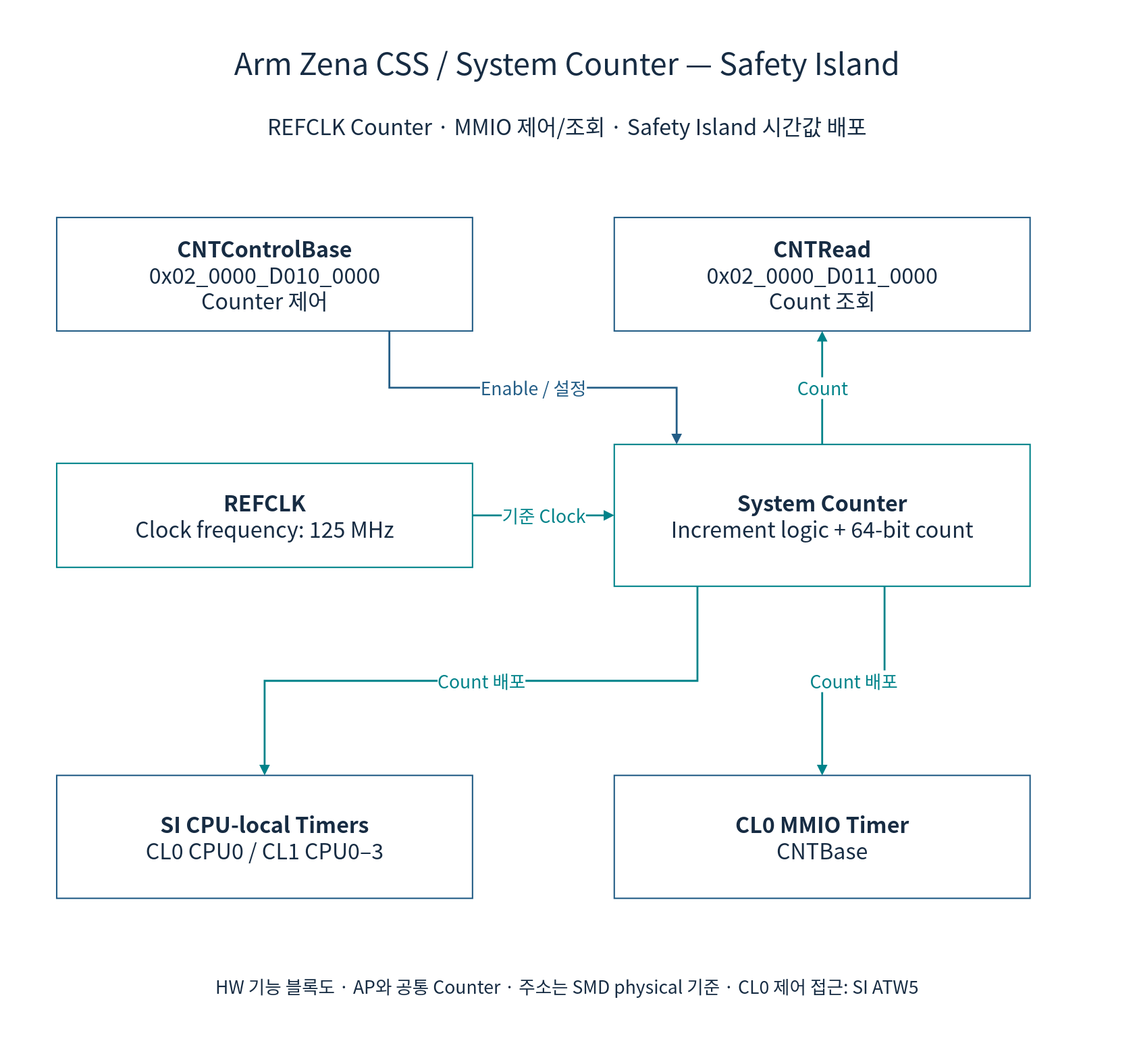
cometzero/project-apollo keeps this draw.io diagram as doc/phase1/timer/diagrams/01si-c-counter.drawio.svg. Above is the earlier version. Source tidied: cells renumbered, new cells last; positions are measured from the earlier drawing's top-left corner, leaving out a move shared by most shapes. Its diagram source:
```xml
<mxGraphModel background="#FFFFFF">
  <root>
    <mxCell id="0" />
    <mxCell id="1" parent="0" />
    <mxCell id="2" style="rounded=0;whiteSpace=wrap;html=1;fillColor=#FFFFFF;strokeColor=none;fontColor=#172C43;fontFamily=Noto Sans CJK KR;fontSize=23;spacing=12;strokeWidth=1.5;" parent="1" vertex="1">
      <mxGeometry width="1200" height="1120" as="geometry" />
    </mxCell>
    <mxCell id="3" value="Arm Zena CSS / System Counter — Safety Island" style="rounded=0;whiteSpace=wrap;html=1;fillColor=#FFFFFF;strokeColor=none;fontColor=#172C43;fontFamily=Noto Sans CJK KR;fontSize=23;spacing=12;strokeWidth=1.5;fontSize=32;" parent="1" vertex="1">
      <mxGeometry x="50" y="35" width="1100" height="60" as="geometry" />
    </mxCell>
    <mxCell id="4" value="REFCLK Counter · MMIO 제어/조회 · Safety Island 시간값 배포" style="rounded=0;whiteSpace=wrap;html=1;fillColor=#FFFFFF;strokeColor=none;fontColor=#172C43;fontFamily=Noto Sans CJK KR;fontSize=23;spacing=12;strokeWidth=1.5;" parent="1" vertex="1">
      <mxGeometry x="50" y="110" width="1100" height="45" as="geometry" />
    </mxCell>
    <mxCell id="5" value="&lt;b&gt;CNTControlBase&lt;/b&gt;&lt;br&gt;0x02_0000_D010_0000&lt;br&gt;Counter 제어" style="rounded=0;whiteSpace=wrap;html=1;fillColor=#FFFFFF;strokeColor=#235D86;fontColor=#172C43;fontFamily=Noto Sans CJK KR;fontSize=23;spacing=12;strokeWidth=1.5;" parent="1" vertex="1">
      <mxGeometry x="60" y="230" width="440" height="120" as="geometry" />
    </mxCell>
    <mxCell id="6" value="&lt;b&gt;CNTRead&lt;/b&gt;&lt;br&gt;0x02_0000_D011_0000&lt;br&gt;Count 조회" style="rounded=0;whiteSpace=wrap;html=1;fillColor=#FFFFFF;strokeColor=#235D86;fontColor=#172C43;fontFamily=Noto Sans CJK KR;fontSize=23;spacing=12;strokeWidth=1.5;" parent="1" vertex="1">
      <mxGeometry x="650" y="230" width="440" height="120" as="geometry" />
    </mxCell>
    <mxCell id="7" value="&lt;b&gt;REFCLK&lt;/b&gt;&lt;br&gt;Clock frequency: 125 MHz" style="rounded=0;whiteSpace=wrap;html=1;fillColor=#FFFFFF;strokeColor=#00838A;fontColor=#172C43;fontFamily=Noto Sans CJK KR;fontSize=23;spacing=12;strokeWidth=1.5;" parent="1" vertex="1">
      <mxGeometry x="60" y="490" width="440" height="110" as="geometry" />
    </mxCell>
    <mxCell id="8" value="&lt;b&gt;System Counter&lt;/b&gt;&lt;br&gt;Increment logic + 64-bit count" style="rounded=0;whiteSpace=wrap;html=1;fillColor=#FFFFFF;strokeColor=#00838A;fontColor=#172C43;fontFamily=Noto Sans CJK KR;fontSize=23;spacing=12;strokeWidth=1.5;" parent="1" vertex="1">
      <mxGeometry x="650" y="470" width="440" height="150" as="geometry" />
    </mxCell>
    <mxCell id="9" value="&lt;b&gt;SI CPU-local Timers&lt;/b&gt;&lt;br&gt;CL0 CPU0 / CL1 CPU0–3" style="rounded=0;whiteSpace=wrap;html=1;fillColor=#FFFFFF;strokeColor=#235D86;fontColor=#172C43;fontFamily=Noto Sans CJK KR;fontSize=23;spacing=12;strokeWidth=1.5;" parent="1" vertex="1">
      <mxGeometry x="60" y="820" width="440" height="130" as="geometry" />
    </mxCell>
    <mxCell id="10" value="&lt;b&gt;CL0 MMIO Timer&lt;/b&gt;&lt;br&gt;CNTBase" style="rounded=0;whiteSpace=wrap;html=1;fillColor=#FFFFFF;strokeColor=#235D86;fontColor=#172C43;fontFamily=Noto Sans CJK KR;fontSize=23;spacing=12;strokeWidth=1.5;" parent="1" vertex="1">
      <mxGeometry x="650" y="820" width="440" height="130" as="geometry" />
    </mxCell>
    <mxCell id="11" value="Enable / 설정" style="edgeStyle=orthogonalEdgeStyle;rounded=0;html=1;endArrow=block;endFill=1;strokeWidth=2;strokeColor=#235D86;fontColor=#235D86;fontFamily=Noto Sans CJK KR;fontSize=19;labelBackgroundColor=#FFFFFF;exitX=0.8;exitY=1;entryX=0.15;entryY=0;" parent="1" edge="1" source="5" target="8">
      <mxGeometry relative="1" as="geometry" />
    </mxCell>
    <mxCell id="12" value="Count" style="edgeStyle=orthogonalEdgeStyle;rounded=0;html=1;endArrow=block;endFill=1;strokeWidth=2;strokeColor=#00838A;fontColor=#00838A;fontFamily=Noto Sans CJK KR;fontSize=19;labelBackgroundColor=#FFFFFF;exitX=0.5;exitY=0;entryX=0.5;entryY=1;" parent="1" edge="1" source="8" target="6">
      <mxGeometry relative="1" as="geometry" />
    </mxCell>
    <mxCell id="13" value="기준 Clock" style="edgeStyle=orthogonalEdgeStyle;rounded=0;html=1;endArrow=block;endFill=1;strokeWidth=2;strokeColor=#00838A;fontColor=#00838A;fontFamily=Noto Sans CJK KR;fontSize=19;labelBackgroundColor=#FFFFFF;exitX=1;exitY=0.5;entryX=0;entryY=0.5;" parent="1" edge="1" source="7" target="8">
      <mxGeometry relative="1" as="geometry" />
    </mxCell>
    <mxCell id="14" value="Count 배포" style="edgeStyle=orthogonalEdgeStyle;rounded=0;html=1;endArrow=block;endFill=1;strokeWidth=2;strokeColor=#00838A;fontColor=#00838A;fontFamily=Noto Sans CJK KR;fontSize=19;labelBackgroundColor=#FFFFFF;exitX=0.2;exitY=1;entryX=0.5;entryY=0;" parent="1" edge="1" source="8" target="9">
      <mxGeometry relative="1" as="geometry" />
    </mxCell>
    <mxCell id="15" value="Count 배포" style="edgeStyle=orthogonalEdgeStyle;rounded=0;html=1;endArrow=block;endFill=1;strokeWidth=2;strokeColor=#00838A;fontColor=#00838A;fontFamily=Noto Sans CJK KR;fontSize=19;labelBackgroundColor=#FFFFFF;exitX=0.65;exitY=1;entryX=0.5;entryY=0;" parent="1" edge="1" source="8" target="10">
      <mxGeometry relative="1" as="geometry" />
    </mxCell>
    <mxCell id="16" value="HW 기능 블록도 · AP와 공통 Counter · 주소는 SMD physical 기준 · CL0 제어 접근: SI ATW5" style="rounded=0;whiteSpace=wrap;html=1;fillColor=#FFFFFF;strokeColor=none;fontColor=#172C43;fontFamily=Noto Sans CJK KR;fontSize=23;spacing=12;strokeWidth=1.5;fontSize=19;" parent="1" vertex="1">
      <mxGeometry x="50" y="1020" width="1100" height="45" as="geometry" />
    </mxCell>
  </root>
</mxGraphModel>
```
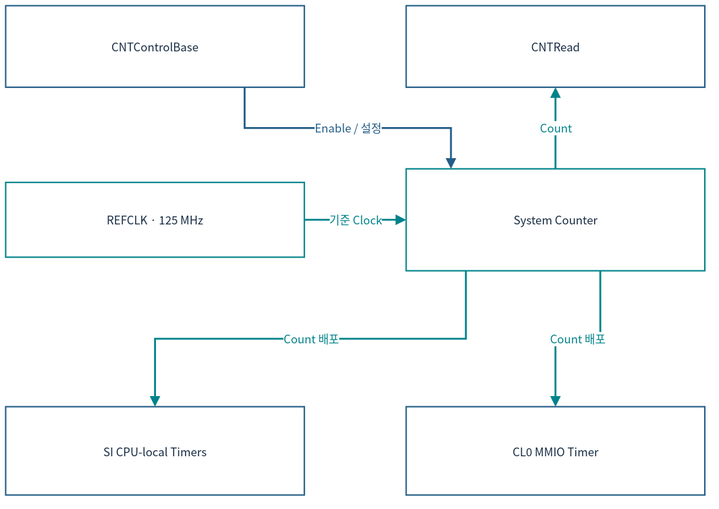
Later version of the same file.

What changed in the source:
```diff
@@ -2,50 +2,38 @@
   <root>
     <mxCell id="0" />
     <mxCell id="1" parent="0" />
-    <mxCell id="2" style="rounded=0;whiteSpace=wrap;html=1;fillColor=#FFFFFF;strokeColor=none;fontColor=#172C43;fontFamily=Noto Sans CJK KR;fontSize=23;spacing=12;strokeWidth=1.5;" parent="1" vertex="1">
-      <mxGeometry width="1200" height="1120" as="geometry" />
-    </mxCell>
-    <mxCell id="3" value="Arm Zena CSS / System Counter — Safety Island" style="rounded=0;whiteSpace=wrap;html=1;fillColor=#FFFFFF;strokeColor=none;fontColor=#172C43;fontFamily=Noto Sans CJK KR;fontSize=23;spacing=12;strokeWidth=1.5;fontSize=32;" parent="1" vertex="1">
-      <mxGeometry x="50" y="35" width="1100" height="60" as="geometry" />
-    </mxCell>
-    <mxCell id="4" value="REFCLK Counter · MMIO 제어/조회 · Safety Island 시간값 배포" style="rounded=0;whiteSpace=wrap;html=1;fillColor=#FFFFFF;strokeColor=none;fontColor=#172C43;fontFamily=Noto Sans CJK KR;fontSize=23;spacing=12;strokeWidth=1.5;" parent="1" vertex="1">
-      <mxGeometry x="50" y="110" width="1100" height="45" as="geometry" />
-    </mxCell>
-    <mxCell id="5" value="&lt;b&gt;CNTControlBase&lt;/b&gt;&lt;br&gt;0x02_0000_D010_0000&lt;br&gt;Counter 제어" style="rounded=0;whiteSpace=wrap;html=1;fillColor=#FFFFFF;strokeColor=#235D86;fontColor=#172C43;fontFamily=Noto Sans CJK KR;fontSize=23;spacing=12;strokeWidth=1.5;" parent="1" vertex="1">
-      <mxGeometry x="60" y="230" width="440" height="120" as="geometry" />
+    <mxCell id="5" value="CNTControlBase" style="rounded=0;whiteSpace=wrap;html=1;fillColor=#FFFFFF;strokeColor=#235D86;fontColor=#172C43;fontFamily=Noto Sans CJK KR;strokeWidth=1.5;fontSize=12;spacing=3;whiteSpace=wrap;" parent="1" vertex="1">
+      <mxGeometry x="12" y="12" width="316.1" height="86.2" as="geometry" />
     </mxCell>
-    <mxCell id="6" value="&lt;b&gt;CNTRead&lt;/b&gt;&lt;br&gt;0x02_0000_D011_0000&lt;br&gt;Count 조회" style="rounded=0;whiteSpace=wrap;html=1;fillColor=#FFFFFF;strokeColor=#235D86;fontColor=#172C43;fontFamily=Noto Sans CJK KR;fontSize=23;spacing=12;strokeWidth=1.5;" parent="1" vertex="1">
-      <mxGeometry x="650" y="230" width="440" height="120" as="geometry" />
+    <mxCell id="6" value="CNTRead" style="rounded=0;whiteSpace=wrap;html=1;fillColor=#FFFFFF;strokeColor=#235D86;fontColor=#172C43;fontFamily=Noto Sans CJK KR;strokeWidth=1.5;fontSize=12;spacing=3;whiteSpace=wrap;" parent="1" vertex="1">
+      <mxGeometry x="435.9" y="12" width="316.1" height="86.2" as="geometry" />
     </mxCell>
-    <mxCell id="7" value="&lt;b&gt;REFCLK&lt;/b&gt;&lt;br&gt;Clock frequency: 125 MHz" style="rounded=0;whiteSpace=wrap;html=1;fillColor=#FFFFFF;strokeColor=#00838A;fontColor=#172C43;fontFamily=Noto Sans CJK KR;fontSize=23;spacing=12;strokeWidth=1.5;" parent="1" vertex="1">
-      <mxGeometry x="60" y="490" width="440" height="110" as="geometry" />
+    <mxCell id="7" value="REFCLK · 125 MHz" style="rounded=0;whiteSpace=wrap;html=1;fillColor=#FFFFFF;strokeColor=#00838A;fontColor=#172C43;fontFamily=Noto Sans CJK KR;strokeWidth=1.5;fontSize=12;spacing=3;whiteSpace=wrap;" parent="1" vertex="1">
+      <mxGeometry x="12" y="198.8" width="316.1" height="79" as="geometry" />
     </mxCell>
-    <mxCell id="8" value="&lt;b&gt;System Counter&lt;/b&gt;&lt;br&gt;Increment logic + 64-bit count" style="rounded=0;whiteSpace=wrap;html=1;fillColor=#FFFFFF;strokeColor=#00838A;fontColor=#172C43;fontFamily=Noto Sans CJK KR;fontSize=23;spacing=12;strokeWidth=1.5;" parent="1" vertex="1">
-      <mxGeometry x="650" y="470" width="440" height="150" as="geometry" />
+    <mxCell id="8" value="System Counter" style="rounded=0;whiteSpace=wrap;html=1;fillColor=#FFFFFF;strokeColor=#00838A;fontColor=#172C43;fontFamily=Noto Sans CJK KR;strokeWidth=1.5;fontSize=12;spacing=3;whiteSpace=wrap;" parent="1" vertex="1">
+      <mxGeometry x="435.9" y="184.4" width="316.1" height="107.8" as="geometry" />
     </mxCell>
-    <mxCell id="9" value="&lt;b&gt;SI CPU-local Timers&lt;/b&gt;&lt;br&gt;CL0 CPU0 / CL1 CPU0–3" style="rounded=0;whiteSpace=wrap;html=1;fillColor=#FFFFFF;strokeColor=#235D86;fontColor=#172C43;fontFamily=Noto Sans CJK KR;fontSize=23;spacing=12;strokeWidth=1.5;" parent="1" vertex="1">
-      <mxGeometry x="60" y="820" width="440" height="130" as="geometry" />
+    <mxCell id="9" value="SI CPU-local Timers" style="rounded=0;whiteSpace=wrap;html=1;fillColor=#FFFFFF;strokeColor=#235D86;fontColor=#172C43;fontFamily=Noto Sans CJK KR;strokeWidth=1.5;fontSize=12;spacing=3;whiteSpace=wrap;" parent="1" vertex="1">
+      <mxGeometry x="12" y="435.9" width="316.1" height="93.4" as="geometry" />
     </mxCell>
-    <mxCell id="10" value="&lt;b&gt;CL0 MMIO Timer&lt;/b&gt;&lt;br&gt;CNTBase" style="rounded=0;whiteSpace=wrap;html=1;fillColor=#FFFFFF;strokeColor=#235D86;fontColor=#172C43;fontFamily=Noto Sans CJK KR;fontSize=23;spacing=12;strokeWidth=1.5;" parent="1" vertex="1">
-      <mxGeometry x="650" y="820" width="440" height="130" as="geometry" />
+    <mxCell id="10" value="CL0 MMIO Timer" style="rounded=0;whiteSpace=wrap;html=1;fillColor=#FFFFFF;strokeColor=#235D86;fontColor=#172C43;fontFamily=Noto Sans CJK KR;strokeWidth=1.5;fontSize=12;spacing=3;whiteSpace=wrap;" parent="1" vertex="1">
+      <mxGeometry x="435.9" y="435.9" width="316.1" height="93.4" as="geometry" />
     </mxCell>
-    <mxCell id="11" value="Enable / 설정" style="edgeStyle=orthogonalEdgeStyle;rounded=0;html=1;endArrow=block;endFill=1;strokeWidth=2;strokeColor=#235D86;fontColor=#235D86;fontFamily=Noto Sans CJK KR;fontSize=19;labelBackgroundColor=#FFFFFF;exitX=0.8;exitY=1;entryX=0.15;entryY=0;" parent="1" edge="1" source="5" target="8">
+    <mxCell id="11" value="Enable / 설정" style="edgeStyle=orthogonalEdgeStyle;rounded=0;html=1;endArrow=block;endFill=1;strokeWidth=2;strokeColor=#235D86;fontColor=#235D86;fontFamily=Noto Sans CJK KR;labelBackgroundColor=#FFFFFF;exitX=0.8;exitY=1;entryX=0.15;entryY=0;fontSize=12;spacing=3;whiteSpace=nowrap;" parent="1" edge="1" source="5" target="8">
       <mxGeometry relative="1" as="geometry" />
     </mxCell>
-    <mxCell id="12" value="Count" style="edgeStyle=orthogonalEdgeStyle;rounded=0;html=1;endArrow=block;endFill=1;strokeWidth=2;strokeColor=#00838A;fontColor=#00838A;fontFamily=Noto Sans CJK KR;fontSize=19;labelBackgroundColor=#FFFFFF;exitX=0.5;exitY=0;entryX=0.5;entryY=1;" parent="1" edge="1" source="8" target="6">
+    <mxCell id="12" value="Count" style="edgeStyle=orthogonalEdgeStyle;rounded=0;html=1;endArrow=block;endFill=1;strokeWidth=2;strokeColor=#00838A;fontColor=#00838A;fontFamily=Noto Sans CJK KR;labelBackgroundColor=#FFFFFF;exitX=0.5;exitY=0;entryX=0.5;entryY=1;fontSize=12;spacing=3;whiteSpace=nowrap;" parent="1" edge="1" source="8" target="6">
       <mxGeometry relative="1" as="geometry" />
     </mxCell>
-    <mxCell id="13" value="기준 Clock" style="edgeStyle=orthogonalEdgeStyle;rounded=0;html=1;endArrow=block;endFill=1;strokeWidth=2;strokeColor=#00838A;fontColor=#00838A;fontFamily=Noto Sans CJK KR;fontSize=19;labelBackgroundColor=#FFFFFF;exitX=1;exitY=0.5;entryX=0;entryY=0.5;" parent="1" edge="1" source="7" target="8">
+    <mxCell id="13" value="기준 Clock" style="edgeStyle=orthogonalEdgeStyle;rounded=0;html=1;endArrow=block;endFill=1;strokeWidth=2;strokeColor=#00838A;fontColor=#00838A;fontFamily=Noto Sans CJK KR;labelBackgroundColor=#FFFFFF;exitX=1;exitY=0.5;entryX=0;entryY=0.5;fontSize=12;spacing=3;whiteSpace=nowrap;" parent="1" edge="1" source="7" target="8">
       <mxGeometry relative="1" as="geometry" />
     </mxCell>
-    <mxCell id="14" value="Count 배포" style="edgeStyle=orthogonalEdgeStyle;rounded=0;html=1;endArrow=block;endFill=1;strokeWidth=2;strokeColor=#00838A;fontColor=#00838A;fontFamily=Noto Sans CJK KR;fontSize=19;labelBackgroundColor=#FFFFFF;exitX=0.2;exitY=1;entryX=0.5;entryY=0;" parent="1" edge="1" source="8" target="9">
+    <mxCell id="14" value="Count 배포" style="edgeStyle=orthogonalEdgeStyle;rounded=0;html=1;endArrow=block;endFill=1;strokeWidth=2;strokeColor=#00838A;fontColor=#00838A;fontFamily=Noto Sans CJK KR;labelBackgroundColor=#FFFFFF;exitX=0.2;exitY=1;entryX=0.5;entryY=0;fontSize=12;spacing=3;whiteSpace=nowrap;" parent="1" edge="1" source="8" target="9">
       <mxGeometry relative="1" as="geometry" />
     </mxCell>
-    <mxCell id="15" value="Count 배포" style="edgeStyle=orthogonalEdgeStyle;rounded=0;html=1;endArrow=block;endFill=1;strokeWidth=2;strokeColor=#00838A;fontColor=#00838A;fontFamily=Noto Sans CJK KR;fontSize=19;labelBackgroundColor=#FFFFFF;exitX=0.65;exitY=1;entryX=0.5;entryY=0;" parent="1" edge="1" source="8" target="10">
+    <mxCell id="15" value="Count 배포" style="edgeStyle=orthogonalEdgeStyle;rounded=0;html=1;endArrow=block;endFill=1;strokeWidth=2;strokeColor=#00838A;fontColor=#00838A;fontFamily=Noto Sans CJK KR;labelBackgroundColor=#FFFFFF;exitX=0.65;exitY=1;entryX=0.5;entryY=0;fontSize=12;spacing=3;whiteSpace=nowrap;" parent="1" edge="1" source="8" target="10">
       <mxGeometry relative="1" as="geometry" />
     </mxCell>
-    <mxCell id="16" value="HW 기능 블록도 · AP와 공통 Counter · 주소는 SMD physical 기준 · CL0 제어 접근: SI ATW5" style="rounded=0;whiteSpace=wrap;html=1;fillColor=#FFFFFF;strokeColor=none;fontColor=#172C43;fontFamily=Noto Sans CJK KR;fontSize=23;spacing=12;strokeWidth=1.5;fontSize=19;" parent="1" vertex="1">
-      <mxGeometry x="50" y="1020" width="1100" height="45" as="geometry" />
-    </mxCell>
   </root>
 </mxGraphModel>
```
